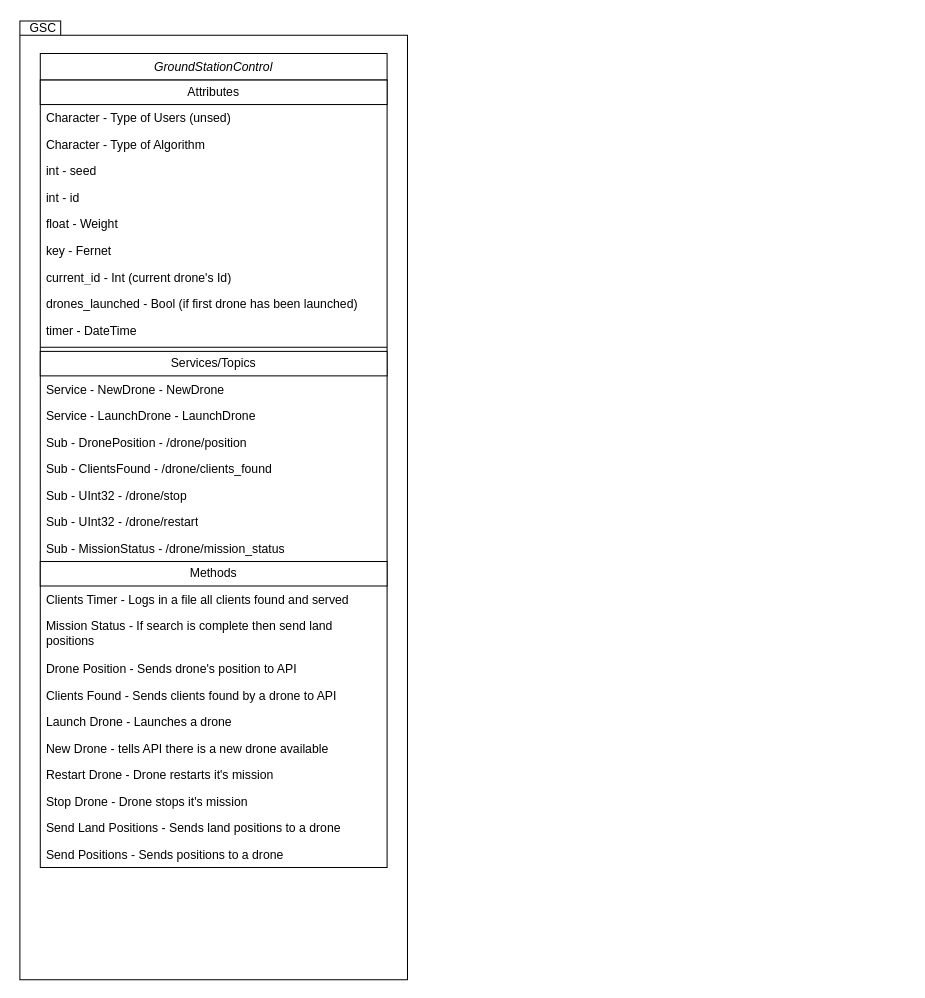
Before: ros2.drawio in rfpg1/UML, a draw.io diagram. Source tidied: cells renumbered, new cells numbered last; positions are measured from the earlier drawing's top-left corner, leaving out a move shared by most shapes. Both pictures are drawn from the tidied source at 102%, with x=0, y=0 at pixel (17, 17).
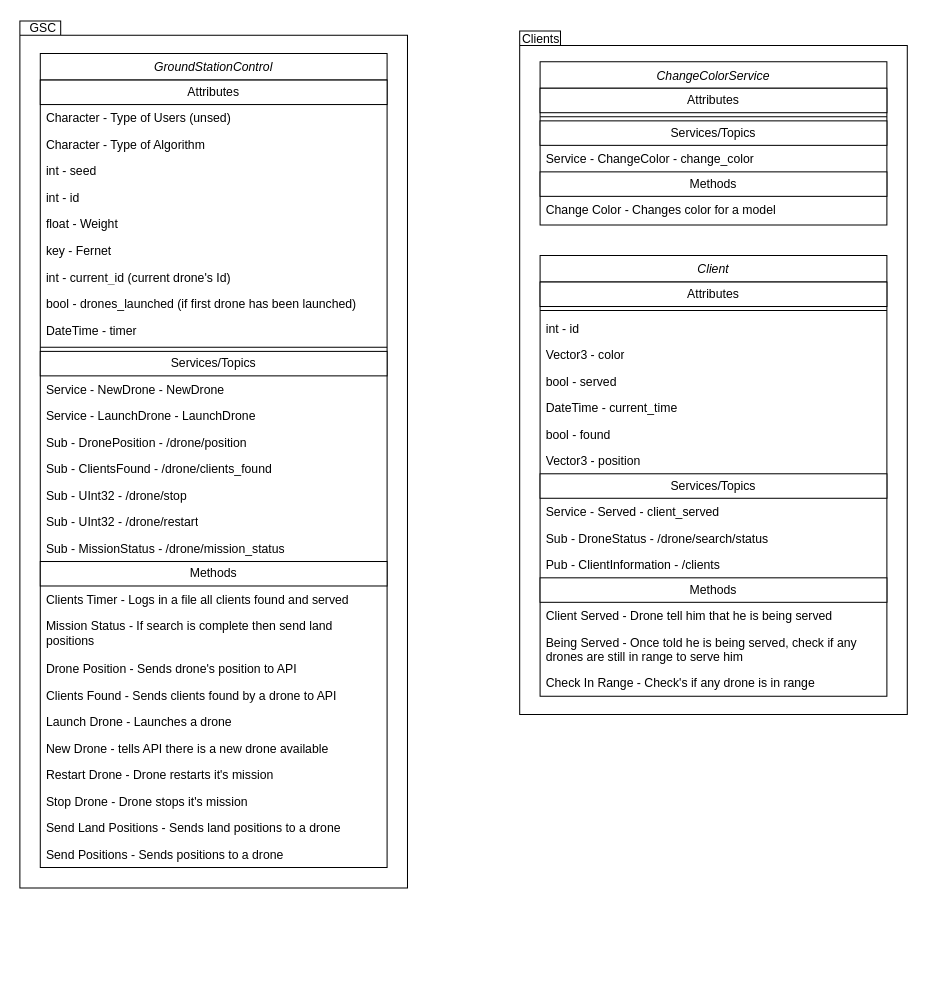
The same page after the edit.

Commit message:
Client's package docs

Unchanged cells that the change refers to:
```xml
<mxCell id="3" value="GroundStationControl" style="swimlane;fontStyle=2;align=center;verticalAlign=top;horizontal=1;startSize=26;rounded=0;shadow=0;strokeWidth=1;" parent="1" vertex="1">
  <mxGeometry x="22" y="35" width="340" height="798" as="geometry" />
</mxCell>
```

Change to the diagram source:
```diff
@@
+    <mxCell id="35" style="shape=folder;fontStyle=1;spacingTop=10;tabWidth=40;tabHeight=14;tabPosition=left;html=1;whiteSpace=wrap;fillColor=none;" parent="1" vertex="1">
+      <mxGeometry x="492" y="13" width="380" height="670" as="geometry" />
+    </mxCell>
     <mxCell id="2" style="shape=folder;fontStyle=1;spacingTop=10;tabWidth=40;tabHeight=14;tabPosition=left;html=1;whiteSpace=wrap;fillColor=none;" parent="1" vertex="1">
-      <mxGeometry x="2" y="3" width="380" height="940" as="geometry" />
+      <mxGeometry x="2" y="3" width="380" height="850" as="geometry" />
     </mxCell>
@@
-    <mxCell id="11" value="current_id - Int (current drone's Id)" style="text;strokeColor=none;fillColor=none;align=left;verticalAlign=top;spacingLeft=4;spacingRight=4;overflow=hidden;whiteSpace=wrap;html=1;" parent="3" vertex="1">
+    <mxCell id="11" value="int - current_id (current drone's Id)" style="text;strokeColor=none;fillColor=none;align=left;verticalAlign=top;spacingLeft=4;spacingRight=4;overflow=hidden;whiteSpace=wrap;html=1;" parent="3" vertex="1">
       <mxGeometry y="206" width="340" height="26" as="geometry" />
     </mxCell>
-    <mxCell id="12" value="drones_launched - Bool (if first drone has been launched)" style="text;strokeColor=none;fillColor=none;align=left;verticalAlign=top;spacingLeft=4;spacingRight=4;overflow=hidden;whiteSpace=wrap;html=1;" parent="3" vertex="1">
+    <mxCell id="12" value="bool - drones_launched (if first drone has been launched)" style="text;strokeColor=none;fillColor=none;align=left;verticalAlign=top;spacingLeft=4;spacingRight=4;overflow=hidden;whiteSpace=wrap;html=1;" parent="3" vertex="1">
       <mxGeometry y="232" width="340" height="26" as="geometry" />
     </mxCell>
-    <mxCell id="13" value="timer - DateTime" style="text;strokeColor=none;fillColor=none;align=left;verticalAlign=top;spacingLeft=4;spacingRight=4;overflow=hidden;whiteSpace=wrap;html=1;" parent="3" vertex="1">
+    <mxCell id="13" value="DateTime - timer" style="text;strokeColor=none;fillColor=none;align=left;verticalAlign=top;spacingLeft=4;spacingRight=4;overflow=hidden;whiteSpace=wrap;html=1;" parent="3" vertex="1">
       <mxGeometry y="258" width="340" height="26" as="geometry" />
     </mxCell>
@@
+    <mxCell id="36" value="Clients" style="text;html=1;align=center;verticalAlign=middle;whiteSpace=wrap;rounded=0;" parent="1" vertex="1">
+      <mxGeometry x="488" y="11" width="50" height="20" as="geometry" />
+    </mxCell>
+    <mxCell id="37" value="ChangeColorService" style="swimlane;fontStyle=2;align=center;verticalAlign=top;horizontal=1;startSize=26;rounded=0;shadow=0;strokeWidth=1;" parent="1" vertex="1">
+      <mxGeometry x="512" y="43" width="340" height="160" as="geometry" />
+    </mxCell>
+    <mxCell id="38" value="Attributes" style="html=1;whiteSpace=wrap;" parent="37" vertex="1">
+      <mxGeometry y="26" width="340" height="24" as="geometry" />
+    </mxCell>
+    <mxCell id="39" style="line;html=1;strokeWidth=1;align=left;verticalAlign=middle;spacingTop=-1;spacingLeft=3;spacingRight=3;labelPosition=right;" parent="37" vertex="1">
+      <mxGeometry y="50" width="340" height="8" as="geometry" />
+    </mxCell>
+    <mxCell id="40" value="Services/Topics" style="html=1;whiteSpace=wrap;" parent="37" vertex="1">
+      <mxGeometry y="58" width="340" height="24" as="geometry" />
+    </mxCell>
+    <mxCell id="41" value="Service - ChangeColor - change_color" style="text;strokeColor=none;fillColor=none;align=left;verticalAlign=top;spacingLeft=4;spacingRight=4;overflow=hidden;whiteSpace=wrap;html=1;" parent="37" vertex="1">
+      <mxGeometry y="82" width="340" height="26" as="geometry" />
+    </mxCell>
+    <mxCell id="42" value="Methods" style="html=1;whiteSpace=wrap;" parent="37" vertex="1">
+      <mxGeometry y="108" width="340" height="24" as="geometry" />
+    </mxCell>
+    <mxCell id="43" value="Change Color - Changes color for a model" style="text;strokeColor=none;fillColor=none;align=left;verticalAlign=top;spacingLeft=4;spacingRight=4;overflow=hidden;whiteSpace=wrap;html=1;" parent="37" vertex="1">
+      <mxGeometry y="132" width="340" height="26" as="geometry" />
+    </mxCell>
+    <mxCell id="44" value="Client" style="swimlane;fontStyle=2;align=center;verticalAlign=top;horizontal=1;startSize=26;rounded=0;shadow=0;strokeWidth=1;" parent="1" vertex="1">
+      <mxGeometry x="512" y="233" width="340" height="432" as="geometry" />
+    </mxCell>
+    <mxCell id="45" value="Attributes" style="html=1;whiteSpace=wrap;" parent="44" vertex="1">
+      <mxGeometry y="26" width="340" height="24" as="geometry" />
+    </mxCell>
+    <mxCell id="46" style="line;html=1;strokeWidth=1;align=left;verticalAlign=middle;spacingTop=-1;spacingLeft=3;spacingRight=3;labelPosition=right;" parent="44" vertex="1">
+      <mxGeometry y="50" width="340" height="8" as="geometry" />
+    </mxCell>
+    <mxCell id="47" value="int - id" style="text;strokeColor=none;fillColor=none;align=left;verticalAlign=top;spacingLeft=4;spacingRight=4;overflow=hidden;whiteSpace=wrap;html=1;" parent="44" vertex="1">
+      <mxGeometry y="58" width="340" height="26" as="geometry" />
+    </mxCell>
+    <mxCell id="48" value="Vector3 - color" style="text;strokeColor=none;fillColor=none;align=left;verticalAlign=top;spacingLeft=4;spacingRight=4;overflow=hidden;whiteSpace=wrap;html=1;" parent="44" vertex="1">
+      <mxGeometry y="84" width="340" height="26" as="geometry" />
+    </mxCell>
+    <mxCell id="49" value="bool - served" style="text;strokeColor=none;fillColor=none;align=left;verticalAlign=top;spacingLeft=4;spacingRight=4;overflow=hidden;whiteSpace=wrap;html=1;" parent="44" vertex="1">
+      <mxGeometry y="110" width="340" height="26" as="geometry" />
+    </mxCell>
+    <mxCell id="50" value="DateTime - current_time" style="text;strokeColor=none;fillColor=none;align=left;verticalAlign=top;spacingLeft=4;spacingRight=4;overflow=hidden;whiteSpace=wrap;html=1;" parent="44" vertex="1">
+      <mxGeometry y="136" width="340" height="26" as="geometry" />
+    </mxCell>
+    <mxCell id="51" value="bool - found" style="text;strokeColor=none;fillColor=none;align=left;verticalAlign=top;spacingLeft=4;spacingRight=4;overflow=hidden;whiteSpace=wrap;html=1;" parent="44" vertex="1">
+      <mxGeometry y="162" width="340" height="26" as="geometry" />
+    </mxCell>
+    <mxCell id="52" value="Vector3 - position" style="text;strokeColor=none;fillColor=none;align=left;verticalAlign=top;spacingLeft=4;spacingRight=4;overflow=hidden;whiteSpace=wrap;html=1;" parent="44" vertex="1">
+      <mxGeometry y="188" width="340" height="26" as="geometry" />
+    </mxCell>
+    <mxCell id="53" value="Services/Topics" style="html=1;whiteSpace=wrap;" parent="44" vertex="1">
+      <mxGeometry y="214" width="340" height="24" as="geometry" />
+    </mxCell>
+    <mxCell id="54" value="Service - Served - client_served" style="text;strokeColor=none;fillColor=none;align=left;verticalAlign=top;spacingLeft=4;spacingRight=4;overflow=hidden;whiteSpace=wrap;html=1;" parent="44" vertex="1">
+      <mxGeometry y="238" width="340" height="26" as="geometry" />
+    </mxCell>
+    <mxCell id="55" value="Sub - DroneStatus - /drone/search/status" style="text;strokeColor=none;fillColor=none;align=left;verticalAlign=top;spacingLeft=4;spacingRight=4;overflow=hidden;whiteSpace=wrap;html=1;" parent="44" vertex="1">
+      <mxGeometry y="264" width="340" height="26" as="geometry" />
+    </mxCell>
+    <mxCell id="56" value="Pub - ClientInformation - /clients" style="text;strokeColor=none;fillColor=none;align=left;verticalAlign=top;spacingLeft=4;spacingRight=4;overflow=hidden;whiteSpace=wrap;html=1;" parent="44" vertex="1">
+      <mxGeometry y="290" width="340" height="26" as="geometry" />
+    </mxCell>
+    <mxCell id="57" value="Methods" style="html=1;whiteSpace=wrap;" parent="44" vertex="1">
+      <mxGeometry y="316" width="340" height="24" as="geometry" />
+    </mxCell>
+    <mxCell id="58" value="Client Served - Drone tell him that he is being served" style="text;strokeColor=none;fillColor=none;align=left;verticalAlign=top;spacingLeft=4;spacingRight=4;overflow=hidden;whiteSpace=wrap;html=1;" parent="44" vertex="1">
+      <mxGeometry y="340" width="340" height="26" as="geometry" />
+    </mxCell>
+    <mxCell id="59" value="Being Served - Once told he is being served, check if any drones are still in range to serve him" style="text;strokeColor=none;fillColor=none;align=left;verticalAlign=top;spacingLeft=4;spacingRight=4;overflow=hidden;whiteSpace=wrap;html=1;" parent="44" vertex="1">
+      <mxGeometry y="366" width="340" height="40" as="geometry" />
+    </mxCell>
+    <mxCell id="60" value="Check In Range - Check's if any drone is in range" style="text;strokeColor=none;fillColor=none;align=left;verticalAlign=top;spacingLeft=4;spacingRight=4;overflow=hidden;whiteSpace=wrap;html=1;" parent="44" vertex="1">
+      <mxGeometry y="406" width="340" height="26" as="geometry" />
+    </mxCell>
```
